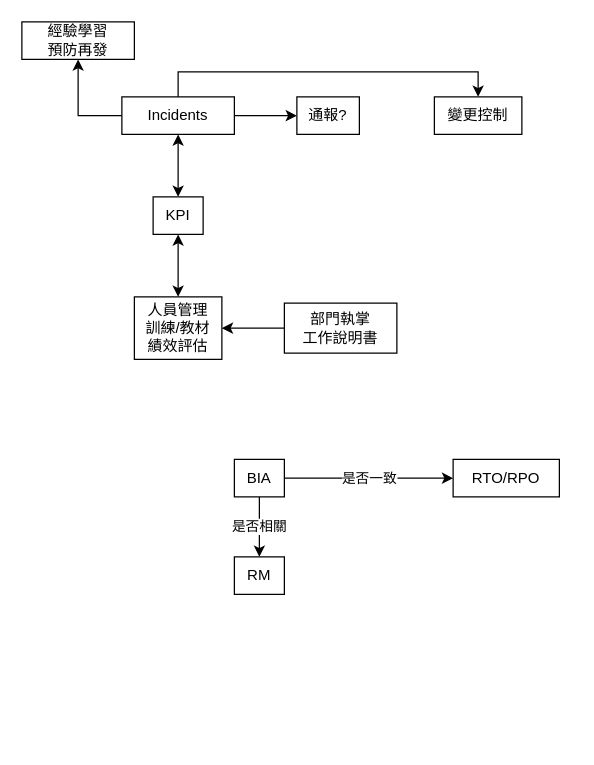
digipenguin/machinelearn-ndu keeps this draw.io diagram as audit Diagram.drawio. Above is the earlier version. Source tidied: cells renumbered, new cells numbered last; positions are measured from the earlier drawing's top-left corner, leaving out a move shared by most shapes. Both pictures are drawn from the tidied source at 125%, with x=0, y=0 at pixel (21, 21).
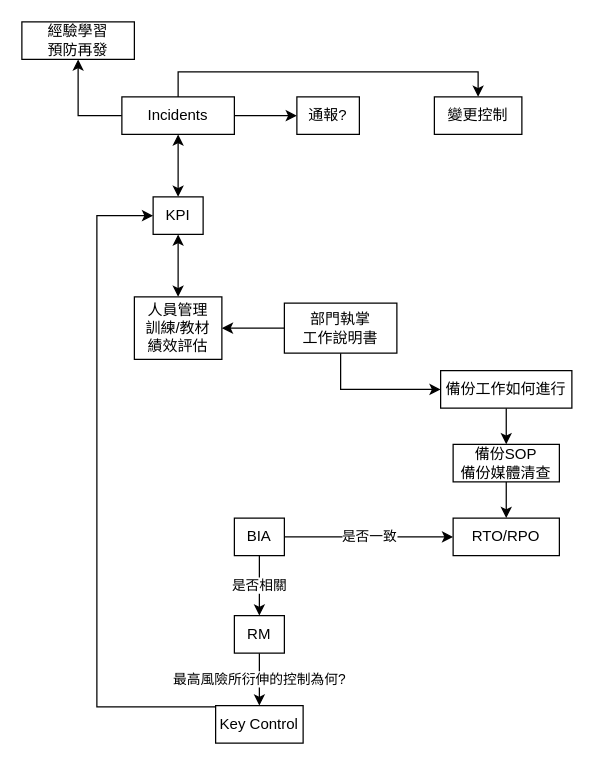
Above is the later version.

The change refers to these unchanged cells:
```xml
<mxCell id="10" value="KPI" style="rounded=0;whiteSpace=wrap;html=1;" parent="1" vertex="1">
  <mxGeometry x="105" y="140" width="40" height="30" as="geometry" />
</mxCell>
<mxCell id="13" value="部門執掌&lt;br&gt;工作說明書" style="rounded=0;whiteSpace=wrap;html=1;" parent="1" vertex="1">
  <mxGeometry x="210" y="225" width="90" height="40" as="geometry" />
</mxCell>
```

The edit, as a diff of the source:
```diff
@@
+    <mxCell id="20" style="edgeStyle=orthogonalEdgeStyle;rounded=0;jettySize=auto;html=1;entryX=0;entryY=0.5;entryDx=0;entryDy=0;startArrow=none;startFill=0;exitX=0.5;exitY=1;exitDx=0;exitDy=0;" parent="1" edge="1" source="13" target="27">
+      <mxGeometry relative="1" as="geometry">
+        <Array as="points">
+          <mxPoint x="255" y="294" />
+        </Array>
+      </mxGeometry>
+    </mxCell>
@@
     <mxCell id="17" value="BIA" style="rounded=0;whiteSpace=wrap;html=1;" parent="1" vertex="1">
-      <mxGeometry x="170" y="350" width="40" height="30" as="geometry" />
+      <mxGeometry x="170" y="397" width="40" height="30" as="geometry" />
     </mxCell>
+    <mxCell id="21" value="最高風險所衍伸的控制為何?" style="edgeStyle=orthogonalEdgeStyle;rounded=0;jettySize=auto;html=1;startArrow=none;startFill=0;" parent="1" edge="1" source="18" target="23">
+      <mxGeometry relative="1" as="geometry" />
+    </mxCell>
     <mxCell id="18" value="RM" style="rounded=0;whiteSpace=wrap;html=1;" parent="1" vertex="1">
-      <mxGeometry x="170" y="428" width="40" height="30" as="geometry" />
+      <mxGeometry x="170" y="475" width="40" height="30" as="geometry" />
     </mxCell>
     <mxCell id="19" value="RTO/RPO" style="rounded=0;whiteSpace=wrap;html=1;" parent="1" vertex="1">
-      <mxGeometry x="345" y="350" width="85" height="30" as="geometry" />
+      <mxGeometry x="345" y="397" width="85" height="30" as="geometry" />
     </mxCell>
+    <mxCell id="22" style="edgeStyle=orthogonalEdgeStyle;rounded=0;jettySize=auto;html=1;exitX=0;exitY=0.5;exitDx=0;exitDy=0;entryX=0;entryY=0.5;entryDx=0;entryDy=0;startArrow=none;startFill=0;" parent="1" edge="1" source="23" target="10">
+      <mxGeometry relative="1" as="geometry">
+        <Array as="points">
+          <mxPoint x="60" y="548" />
+          <mxPoint x="60" y="155" />
+        </Array>
+      </mxGeometry>
+    </mxCell>
+    <mxCell id="23" value="Key Control" style="rounded=0;whiteSpace=wrap;html=1;" parent="1" vertex="1">
+      <mxGeometry x="155" y="547" width="70" height="30" as="geometry" />
+    </mxCell>
+    <mxCell id="24" style="edgeStyle=orthogonalEdgeStyle;rounded=0;jettySize=auto;html=1;startArrow=none;startFill=0;" parent="1" edge="1" source="25" target="19">
+      <mxGeometry relative="1" as="geometry" />
+    </mxCell>
+    <mxCell id="25" value="備份SOP&lt;br&gt;備份媒體清查" style="rounded=0;whiteSpace=wrap;html=1;" parent="1" vertex="1">
+      <mxGeometry x="345" y="338" width="85" height="30" as="geometry" />
+    </mxCell>
+    <mxCell id="26" style="edgeStyle=orthogonalEdgeStyle;rounded=0;jettySize=auto;html=1;startArrow=none;startFill=0;" parent="1" edge="1" source="27" target="25">
+      <mxGeometry relative="1" as="geometry" />
+    </mxCell>
+    <mxCell id="27" value="備份工作如何進行" style="rounded=0;whiteSpace=wrap;html=1;" parent="1" vertex="1">
+      <mxGeometry x="335" y="279" width="105" height="30" as="geometry" />
+    </mxCell>
```
